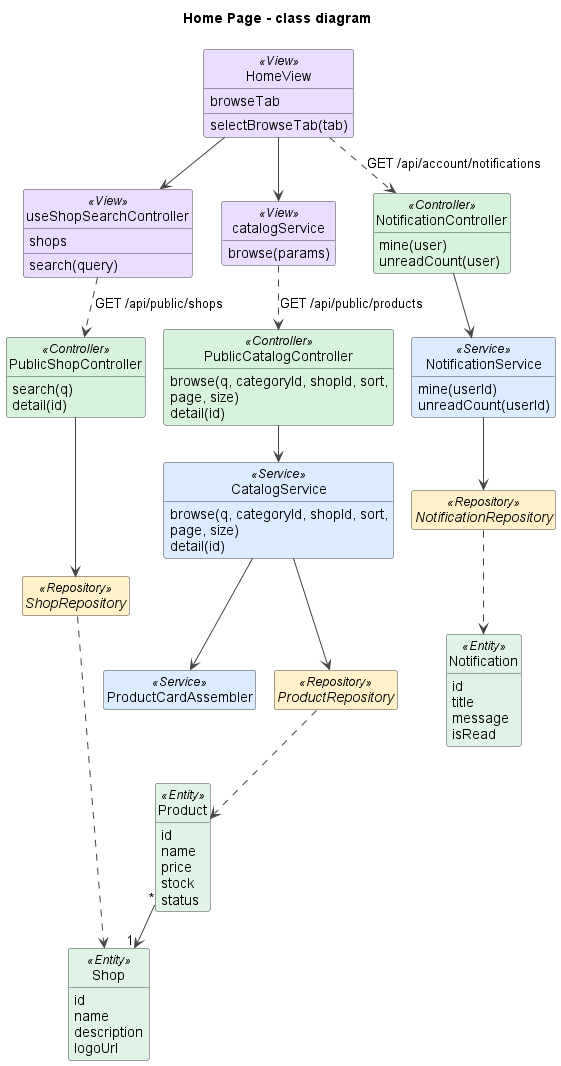
duckpao/FlowerShop_SWP391 keeps this PlantUML diagram as docs/diagrams/01-home-page-class.png. Above is the earlier version. The source it was exported from:
```plantuml
@startuml
!pragma layout smetana
title Home Page - class diagram
skinparam shadowing false
skinparam defaultFontName Arial
skinparam wrapWidth 240
skinparam ArrowColor #444444
skinparam classAttributeIconSize 0
skinparam nodesep 45
skinparam ranksep 50
skinparam class {
  BackgroundColor #FFFFFF
  BorderColor #444444
  BackgroundColor<<View>> #EADCFF
  BackgroundColor<<Controller>> #D8F3DC
  BackgroundColor<<Service>> #DCECFF
  BackgroundColor<<Repository>> #FFF1C9
  BackgroundColor<<Entity>> #E0F3E7
  BackgroundColor<<External>> #FFE0E0
}
hide empty members
hide circle

class HomeView <<View>> {
  browseTab
  selectBrowseTab(tab)
}
class useShopSearchController <<View>> {
  shops
  search(query)
}
class catalogService <<View>> {
  browse(params)
}
class PublicCatalogController <<Controller>> {
  browse(q, categoryId, shopId, sort, page, size)
  detail(id)
}
class CatalogService <<Service>> {
  browse(q, categoryId, shopId, sort, page, size)
  detail(id)
}
class ProductCardAssembler <<Service>>
class PublicShopController <<Controller>> {
  search(q)
  detail(id)
}
class NotificationController <<Controller>> {
  mine(user)
  unreadCount(user)
}
class NotificationService <<Service>> {
  mine(userId)
  unreadCount(userId)
}
interface ProductRepository <<Repository>>
interface ShopRepository <<Repository>>
interface NotificationRepository <<Repository>>
class Product <<Entity>> {
  id
  name
  price
  stock
  status
}
class Shop <<Entity>> {
  id
  name
  description
  logoUrl
}
class Notification <<Entity>> {
  id
  title
  message
  isRead
}

HomeView --> useShopSearchController
HomeView --> catalogService
catalogService ..> PublicCatalogController : GET /api/public/products
useShopSearchController ..> PublicShopController : GET /api/public/shops
HomeView ..> NotificationController : GET /api/account/notifications
PublicCatalogController --> CatalogService
CatalogService --> ProductCardAssembler
CatalogService --> ProductRepository
PublicShopController --> ShopRepository
NotificationController --> NotificationService
NotificationService --> NotificationRepository
ProductRepository ..> Product
ShopRepository ..> Shop
NotificationRepository ..> Notification
Product "*" --> "1" Shop

@enduml
```
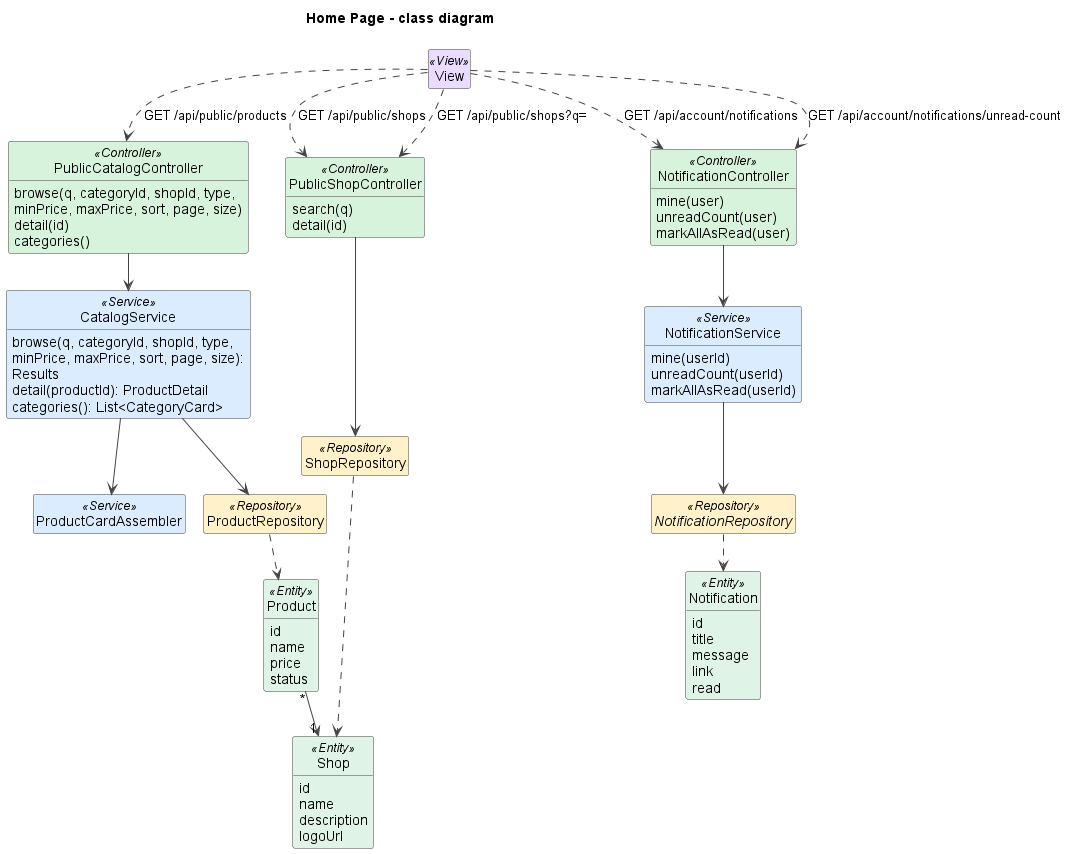
The same file after the commit.

Diff of the diagram source:
```diff
@@ -16,29 +16,24 @@
   BackgroundColor<<Service>> #DCECFF
   BackgroundColor<<Repository>> #FFF1C9
   BackgroundColor<<Entity>> #E0F3E7
+  BackgroundColor<<DTO>> #FCE7F3
+  BackgroundColor<<Scheduler>> #FFE8CC
   BackgroundColor<<External>> #FFE0E0
 }
 hide empty members
 hide circle
 
-class HomeView <<View>> {
-  browseTab
-  selectBrowseTab(tab)
-}
-class useShopSearchController <<View>> {
-  shops
-  search(query)
-}
-class catalogService <<View>> {
-  browse(params)
-}
+class View <<View>>
+
 class PublicCatalogController <<Controller>> {
-  browse(q, categoryId, shopId, sort, page, size)
+  browse(q, categoryId, shopId, type, minPrice, maxPrice, sort, page, size)
   detail(id)
+  categories()
 }
 class CatalogService <<Service>> {
-  browse(q, categoryId, shopId, sort, page, size)
-  detail(id)
+  browse(q, categoryId, shopId, type, minPrice, maxPrice, sort, page, size): Results
+  detail(productId): ProductDetail
+  categories(): List<CategoryCard>
 }
 class ProductCardAssembler <<Service>>
 class PublicShopController <<Controller>> {
@@ -48,19 +43,20 @@
 class NotificationController <<Controller>> {
   mine(user)
   unreadCount(user)
+  markAllAsRead(user)
 }
 class NotificationService <<Service>> {
   mine(userId)
   unreadCount(userId)
+  markAllAsRead(userId)
 }
-interface ProductRepository <<Repository>>
-interface ShopRepository <<Repository>>
+class ProductRepository <<Repository>>
+class ShopRepository <<Repository>>
 interface NotificationRepository <<Repository>>
 class Product <<Entity>> {
   id
   name
   price
-  stock
   status
 }
 class Shop <<Entity>> {
@@ -73,14 +69,15 @@
   id
   title
   message
-  isRead
+  link
+  read
 }
 
-HomeView --> useShopSearchController
-HomeView --> catalogService
-catalogService ..> PublicCatalogController : GET /api/public/products
-useShopSearchController ..> PublicShopController : GET /api/public/shops
-HomeView ..> NotificationController : GET /api/account/notifications
+View ..> PublicCatalogController : GET /api/public/products
+View ..> PublicShopController : GET /api/public/shops
+View ..> PublicShopController : GET /api/public/shops?q=
+View ..> NotificationController : GET /api/account/notifications
+View ..> NotificationController : GET /api/account/notifications/unread-count
 PublicCatalogController --> CatalogService
 CatalogService --> ProductCardAssembler
 CatalogService --> ProductRepository
```
